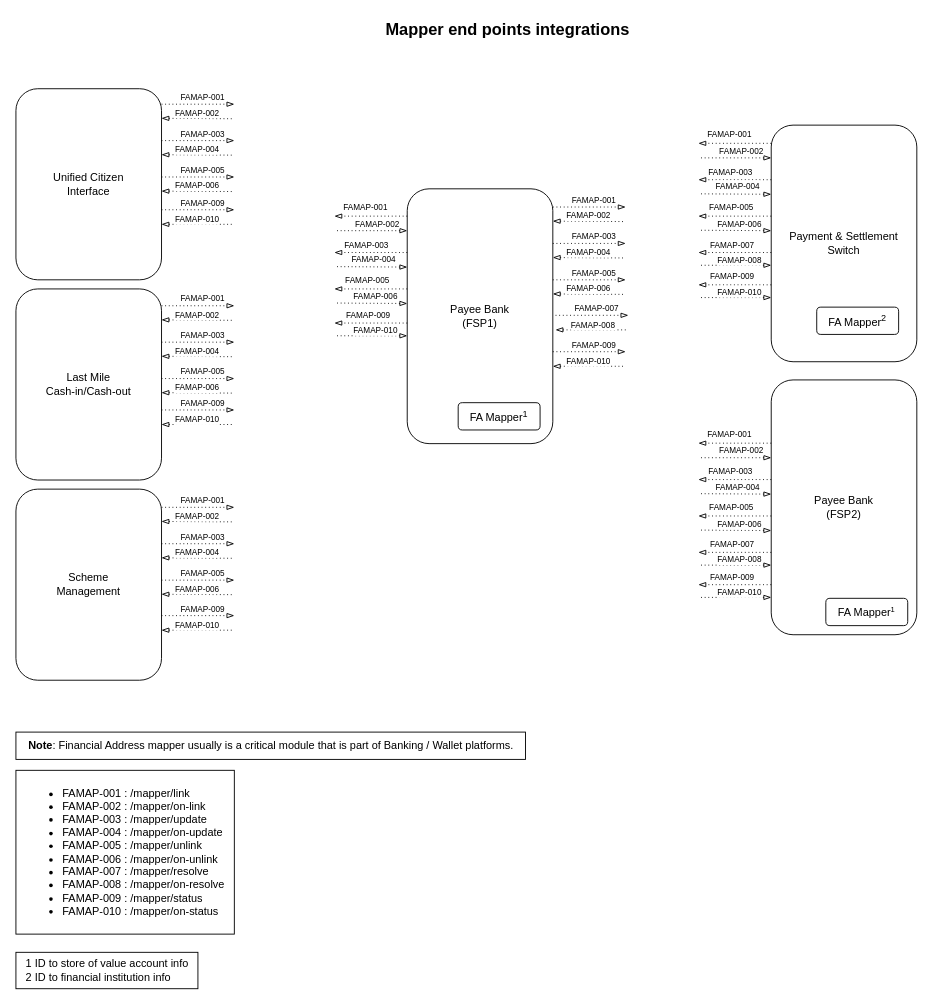
Earlier version of the draw.io diagram page "mapper" (2 of 3) of docs/images/draw.io/interface.drawio (G2P-Connect/specs). Source tidied: cells renumbered, new cells numbered last; positions are measured from the earlier drawing's top-left corner, leaving out a move shared by most shapes. Both pictures are drawn from the tidied source at 91%, with x=0, y=0 at pixel (15, 15).
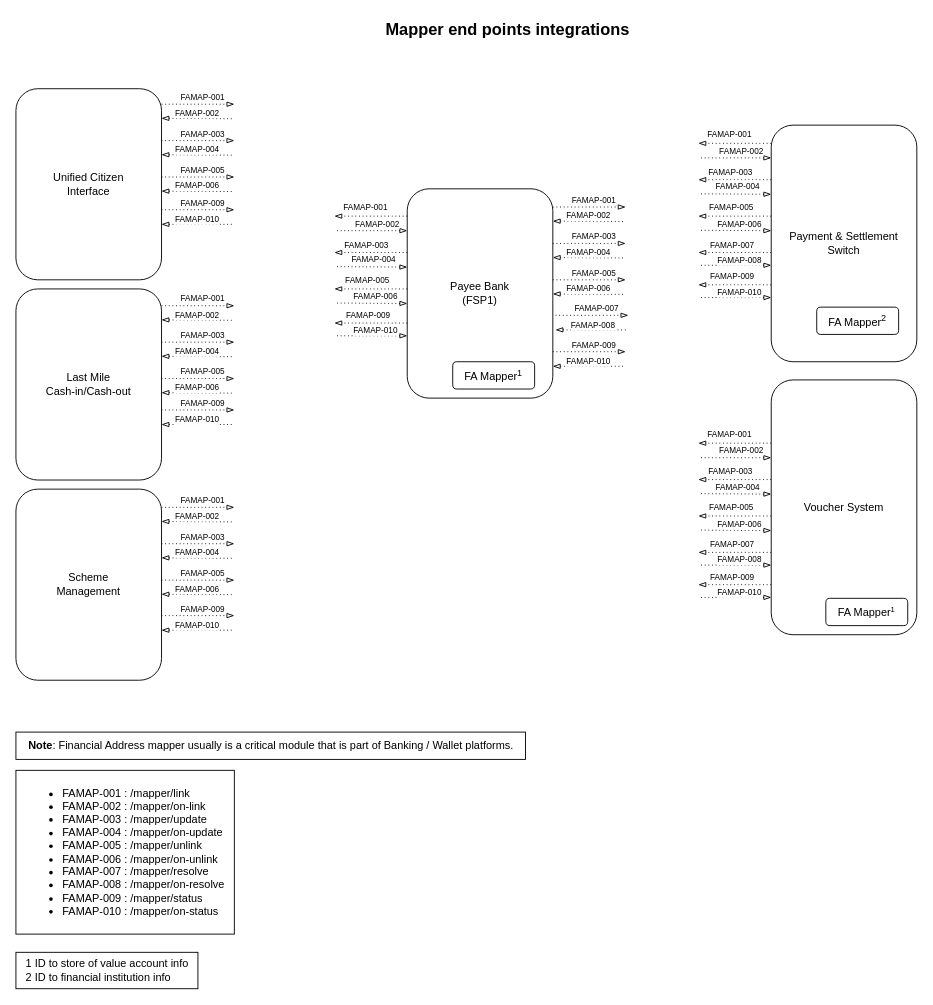
Above is the later version.

Commit message (it also covers changes not shown here):
added voucher system

The edit, as a diff of the source:
```diff
@@
     <mxCell id="9" value="Payee Bank&lt;br style=&quot;border-color: var(--border-color);&quot;&gt;(FSP1)" style="rounded=1;whiteSpace=wrap;html=1;" parent="1" vertex="1">
-      <mxGeometry x="430" y="190" width="160" height="280" as="geometry" />
+      <mxGeometry x="430" y="190" width="160" height="230" as="geometry" />
     </mxCell>
@@
     <mxCell id="12" value="FA Mapper&lt;sup&gt;1&lt;/sup&gt;" style="rounded=1;whiteSpace=wrap;html=1;" parent="1" vertex="1">
-      <mxGeometry x="486" y="425" width="90" height="30" as="geometry" />
+      <mxGeometry x="480" y="380" width="90" height="30" as="geometry" />
     </mxCell>
@@
-    <mxCell id="61" value="Payee Bank&lt;br style=&quot;border-color: var(--border-color);&quot;&gt;(FSP2)" style="rounded=1;whiteSpace=wrap;html=1;" parent="1" vertex="1">
+    <mxCell id="61" value="Voucher System" style="rounded=1;whiteSpace=wrap;html=1;" parent="1" vertex="1">
       <mxGeometry x="830" y="400" width="160" height="280" as="geometry" />
     </mxCell>
```
